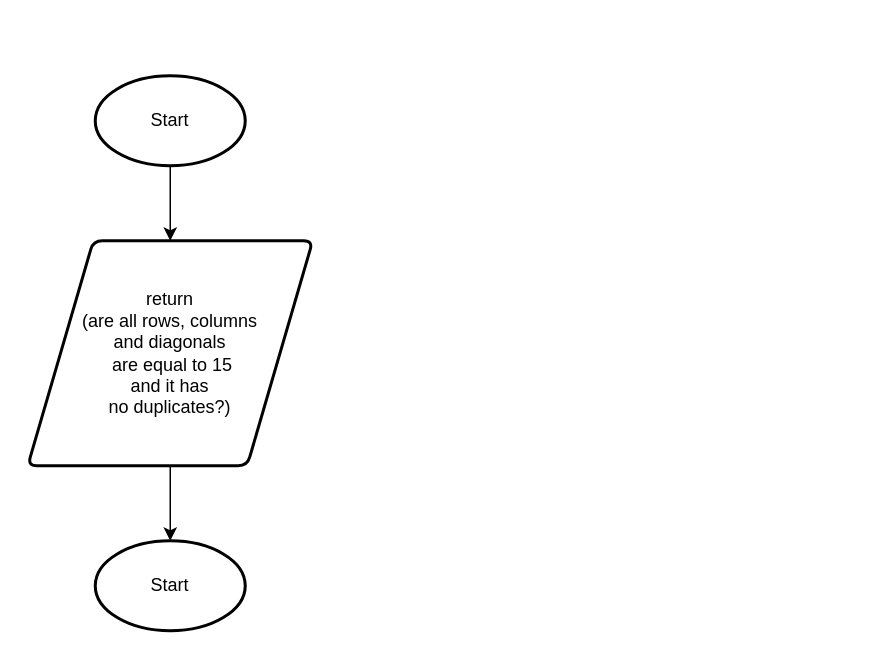
Before: flawchart2.drawio in Seti-Ngabo/ICS4U-Unit3-05-typrscript, a draw.io diagram. Source tidied: cells renumbered, new cells numbered last; positions are measured from the earlier drawing's top-left corner, leaving out a move shared by most shapes. Both pictures are drawn from the tidied source at 150%, with x=0, y=0 at pixel (27, 75).
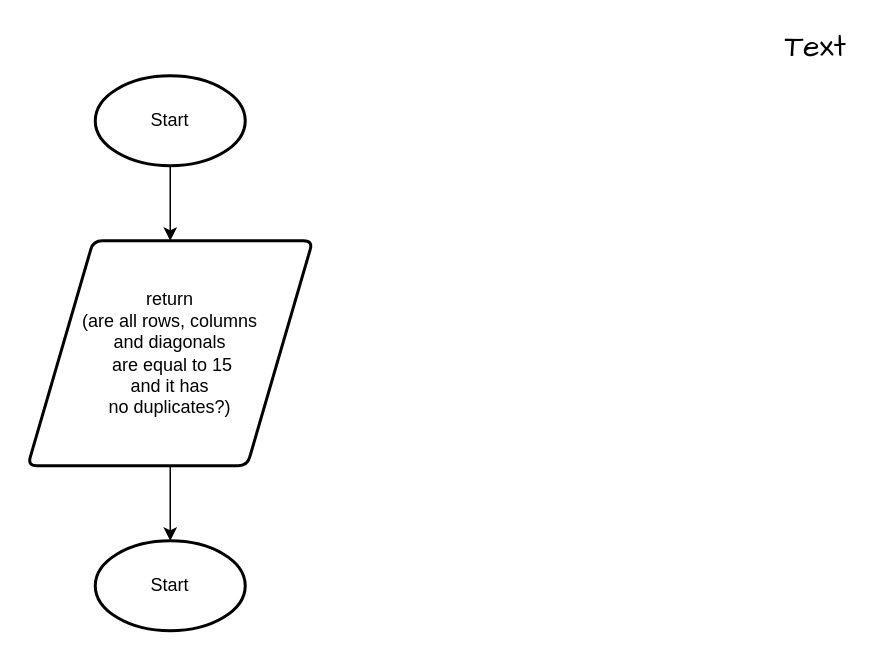
The same page after the edit.

Change to the diagram source:
```diff
@@
 <mxGraphModel>
   <root>
     <mxCell id="0" />
     <mxCell id="1" parent="0" />
     <mxCell id="2" style="edgeStyle=none;html=1;exitX=0.5;exitY=1;exitDx=0;exitDy=0;exitPerimeter=0;entryX=0.5;entryY=0;entryDx=0;entryDy=0;" parent="1" edge="1" source="3" target="5">
       <mxGeometry relative="1" as="geometry" />
     </mxCell>
     <mxCell id="3" value="Start" style="strokeWidth=2;html=1;shape=mxgraph.flowchart.start_1;whiteSpace=wrap;" parent="1" vertex="1">
       <mxGeometry x="45" width="100" height="60" as="geometry" />
     </mxCell>
     <mxCell id="4" style="edgeStyle=none;html=1;exitX=0.5;exitY=1;exitDx=0;exitDy=0;entryX=0.5;entryY=0;entryDx=0;entryDy=0;entryPerimeter=0;" parent="1" edge="1" source="5" target="6">
       <mxGeometry relative="1" as="geometry" />
     </mxCell>
     <mxCell id="5" value="return &lt;br&gt;(are all rows, columns &lt;br&gt;and diagonals&lt;br&gt;&amp;nbsp;are equal to 15 &lt;br&gt;and it has &lt;br&gt;no duplicates?)" style="shape=parallelogram;html=1;strokeWidth=2;perimeter=parallelogramPerimeter;whiteSpace=wrap;rounded=1;arcSize=12;size=0.23;" parent="1" vertex="1">
       <mxGeometry y="110" width="190" height="150" as="geometry" />
     </mxCell>
     <mxCell id="6" value="Start" style="strokeWidth=2;html=1;shape=mxgraph.flowchart.start_1;whiteSpace=wrap;" parent="1" vertex="1">
       <mxGeometry x="45" y="310" width="100" height="60" as="geometry" />
     </mxCell>
+    <mxCell id="7" value="Text" style="text;html=1;align=center;verticalAlign=middle;strokeColor=none;fillColor=none;sketch=1;hachureGap=4;fontFamily=Architects Daughter;fontSize=20;" parent="1" vertex="1">
+      <mxGeometry x="505" y="-30" width="40" height="20" as="geometry" />
+    </mxCell>
   </root>
 </mxGraphModel>
```
